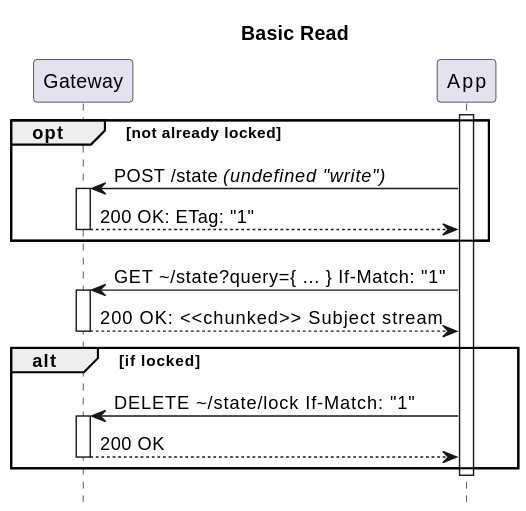
Before: architecture/api/http/img/7-basic-read.seq.svg, a diagram exported from PlantUML (m-ld/m-ld-gateway). Source of this version:
```plantuml
@startuml
!pragma teoz true
hide footbox

title: Basic Read

participant Gateway as gw
participant "App" as app

activate app
opt not already locked
app -> gw ++: POST ~/state //(undefined "write")//
return 200 OK: ETag: "1"
end opt
app -> gw ++: GET \~/state?query={ ... } If-Match: "1"
return 200 OK: <<chunked>> Subject stream
alt if locked
app -> gw ++: DELETE \~/state/lock If-Match: "1"
return 200 OK
deactivate app
end alt

@enduml
```
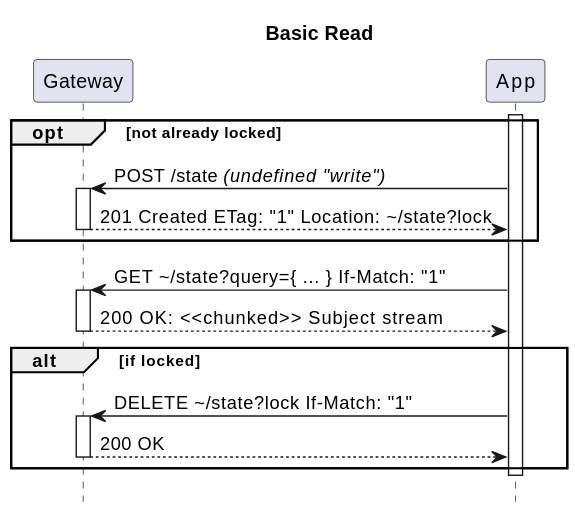
The same file after the commit.

The edit, as a diff of the source:
```diff
@@ -10,12 +10,12 @@
 activate app
 opt not already locked
 app -> gw ++: POST ~/state //(undefined "write")//
-return 200 OK: ETag: "1"
+return 201 Created ETag: "1" Location: \~/state?lock
 end opt
 app -> gw ++: GET \~/state?query={ ... } If-Match: "1"
 return 200 OK: <<chunked>> Subject stream
 alt if locked
-app -> gw ++: DELETE \~/state/lock If-Match: "1"
+app -> gw ++: DELETE \~/state?lock If-Match: "1"
 return 200 OK
 deactivate app
 end alt
```
